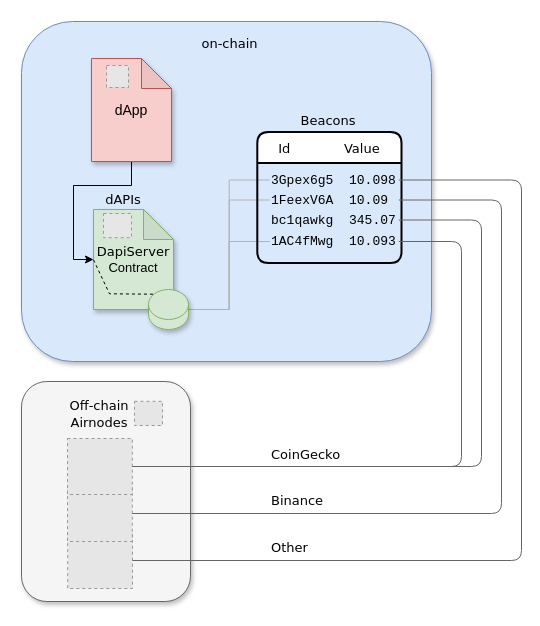
Above: docs/explore/assets/diagrams/dapi-beacons.drawio in api3dao/vitepress-docs (draw.io), before the change. Source tidied: cells renumbered, new cells numbered last; positions are measured from the earlier drawing's top-left corner, leaving out a move shared by most shapes. Both pictures are drawn from the tidied source at 100%, with x=0, y=0 at pixel (21, 21). Pictures stored in the file or linked from it are replaced by grey dashed boxes.
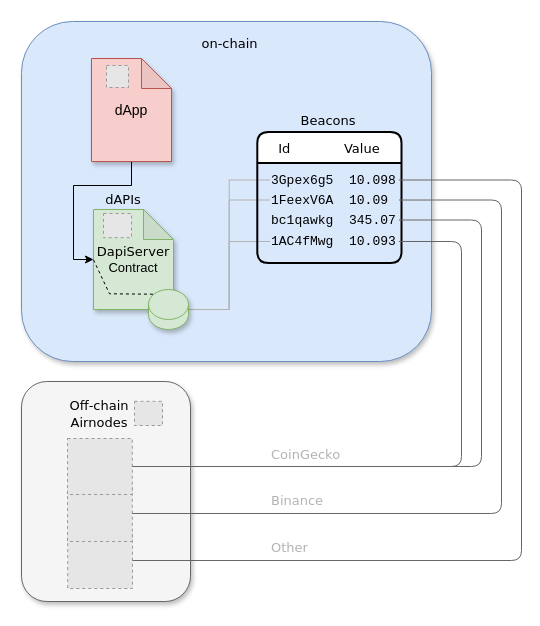
The same page after the edit.

The edit, as a diff of the source:
```diff
@@
-    <mxCell id="13" value="&lt;font style=&quot;font-size: 13px&quot;&gt;CoinGecko&lt;/font&gt;" style="text;html=1;strokeColor=none;fillColor=none;align=left;verticalAlign=middle;whiteSpace=wrap;rounded=0;fontFamily=Verdana;" parent="1" vertex="1">
+    <mxCell id="13" value="&lt;font style=&quot;font-size: 13px&quot;&gt;CoinGecko&lt;/font&gt;" style="text;html=1;strokeColor=none;fillColor=none;align=left;verticalAlign=middle;whiteSpace=wrap;rounded=0;fontFamily=Verdana;labelBorderColor=none;labelBackgroundColor=none;fontColor=#B3B3B3;" parent="1" vertex="1">
       <mxGeometry x="248.4" y="420" width="60" height="26.5" as="geometry" />
     </mxCell>
-    <mxCell id="14" value="&lt;font size=&quot;1&quot;&gt;&lt;span style=&quot;font-size: 13px&quot;&gt;Binance&lt;/span&gt;&lt;/font&gt;" style="text;html=1;strokeColor=none;fillColor=none;align=left;verticalAlign=middle;whiteSpace=wrap;rounded=0;fontFamily=Verdana;" parent="1" vertex="1">
+    <mxCell id="14" value="&lt;font color=&quot;#b3b3b3&quot; size=&quot;1&quot;&gt;&lt;span style=&quot;font-size: 13px&quot;&gt;Binance&lt;/span&gt;&lt;/font&gt;" style="text;html=1;strokeColor=none;fillColor=none;align=left;verticalAlign=middle;whiteSpace=wrap;rounded=0;fontFamily=Verdana;" parent="1" vertex="1">
       <mxGeometry x="248.4" y="464" width="60" height="30" as="geometry" />
     </mxCell>
-    <mxCell id="15" value="&lt;font style=&quot;font-size: 13px&quot;&gt;&lt;span style=&quot;font-size: 13px&quot;&gt;Other&lt;/span&gt;&lt;/font&gt;" style="text;html=1;strokeColor=none;fillColor=none;align=left;verticalAlign=middle;whiteSpace=wrap;rounded=0;fontFamily=Verdana;fontSize=13;" parent="1" vertex="1">
+    <mxCell id="15" value="&lt;font color=&quot;#b3b3b3&quot; style=&quot;font-size: 13px&quot;&gt;&lt;span style=&quot;font-size: 13px&quot;&gt;Other&lt;/span&gt;&lt;/font&gt;" style="text;html=1;strokeColor=none;fillColor=none;align=left;verticalAlign=middle;whiteSpace=wrap;rounded=0;fontFamily=Verdana;fontSize=13;" parent="1" vertex="1">
       <mxGeometry x="248.4" y="511" width="60" height="30" as="geometry" />
     </mxCell>
```
